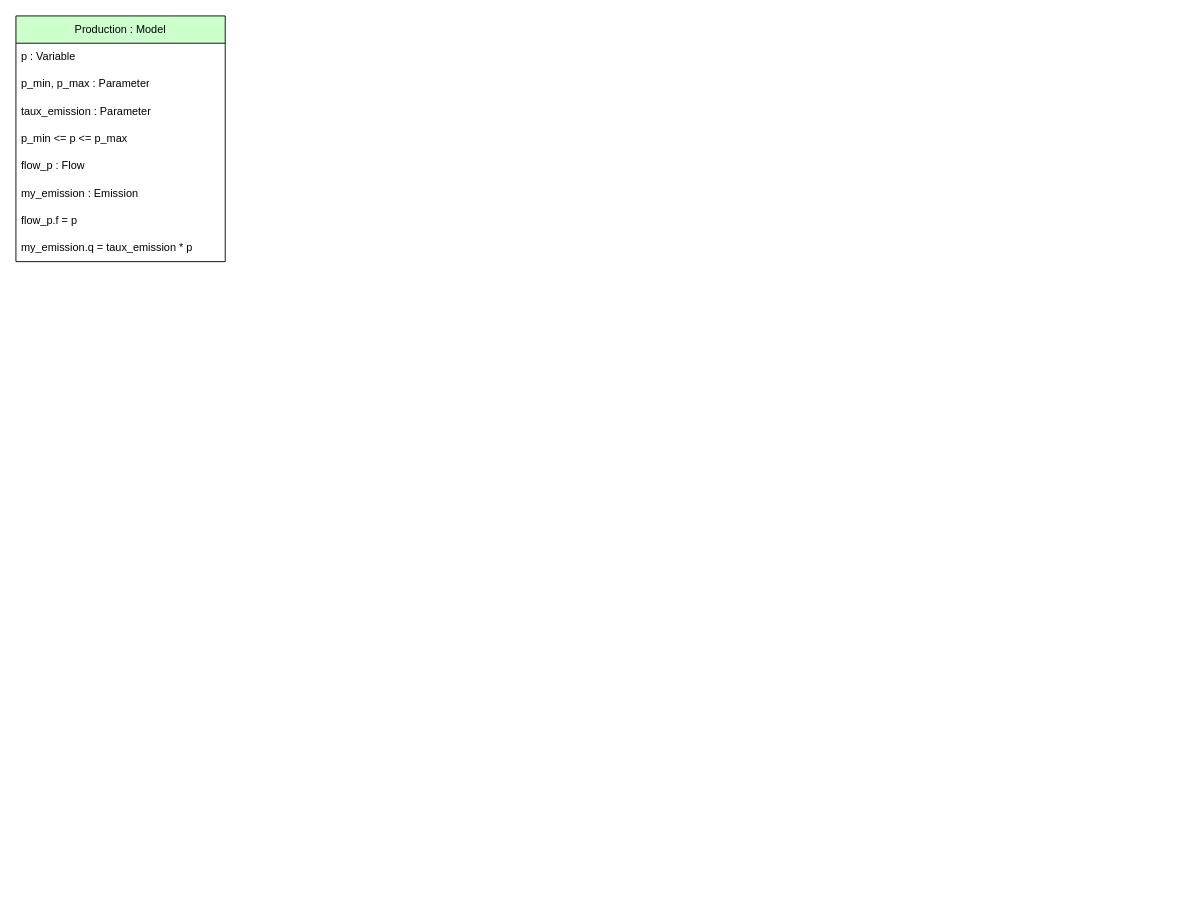
Above: models-design/model_library/production.drawio in AntaresSimulatorTeam/andromede-modeling-prototype (draw.io), before the change. Source tidied: cells renumbered, new cells numbered last; positions are measured from the earlier drawing's top-left corner, leaving out a move shared by most shapes. Both pictures are drawn from the tidied source at 91%, with x=0, y=0 at pixel (15, 15).
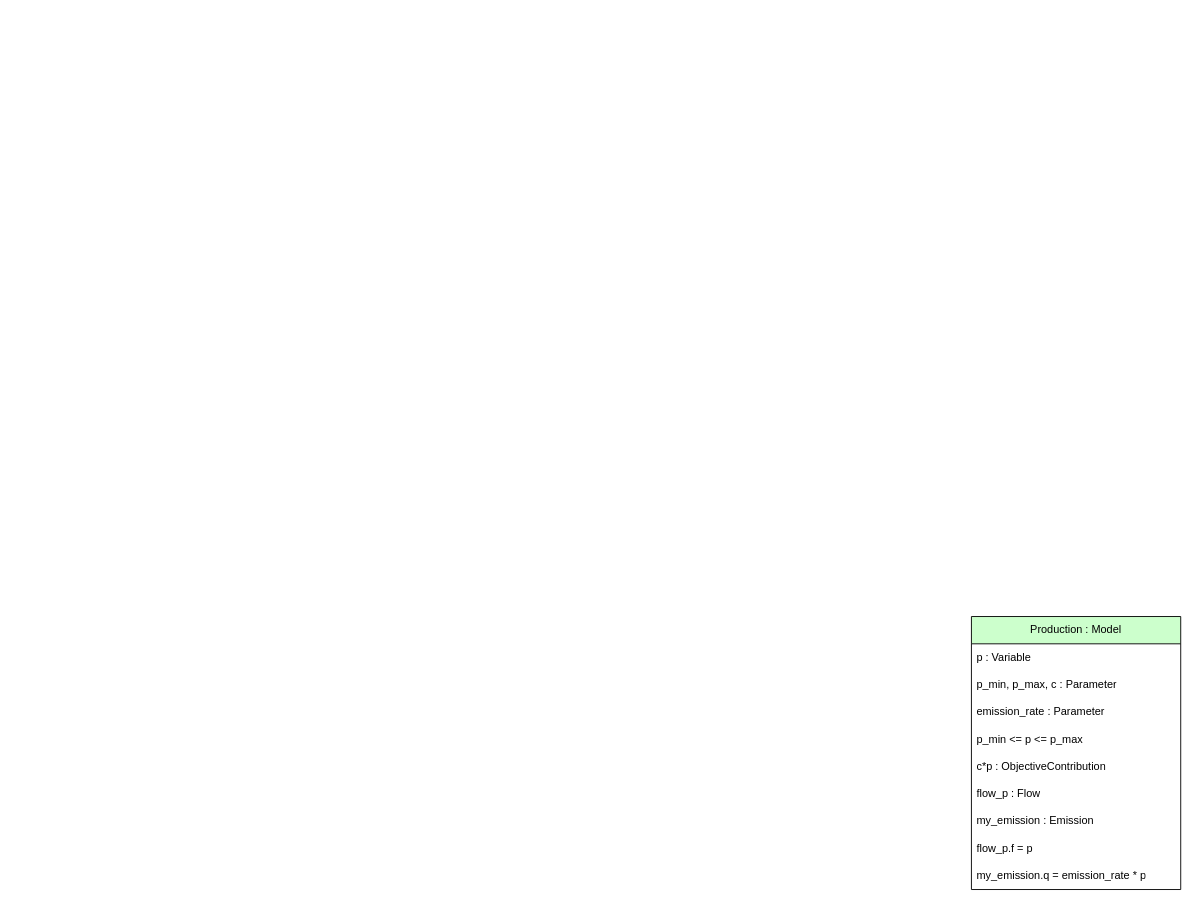
After the change.

What changed in the source:
```diff
@@
 <mxGraphModel>
   <root>
     <mxCell id="0" />
     <mxCell id="1" parent="0" />
-    <mxCell id="2" value="Production : Model" style="swimlane;fontStyle=0;horizontal=1;startSize=30;whiteSpace=wrap;html=1;fillColor=#CCFFCC;fontColor=#000000;" parent="1" vertex="1">
-      <mxGeometry width="230" height="270" as="geometry" />
-    </mxCell>
+    <mxCell id="10" value="Production : Model" style="swimlane;fontStyle=0;horizontal=1;startSize=30;whiteSpace=wrap;html=1;fillColor=#CCFFCC;fontColor=#000000;" parent="1" vertex="1">
+      <mxGeometry x="1050" y="660" width="230" height="300" as="geometry" />
+    </mxCell>
-    <mxCell id="3" value="p : Variable" style="text;strokeColor=none;fillColor=none;align=left;verticalAlign=middle;spacingLeft=4;spacingRight=4;overflow=hidden;whiteSpace=wrap;html=1;" parent="2" vertex="1">
+    <mxCell id="3" value="p : Variable" style="text;strokeColor=none;fillColor=none;align=left;verticalAlign=middle;spacingLeft=4;spacingRight=4;overflow=hidden;whiteSpace=wrap;html=1;" parent="10" vertex="1">
       <mxGeometry y="30" width="230" height="30" as="geometry" />
     </mxCell>
-    <mxCell id="4" value="p_min, p_max : Parameter" style="text;strokeColor=none;fillColor=none;align=left;verticalAlign=middle;spacingLeft=4;spacingRight=4;overflow=hidden;whiteSpace=wrap;html=1;" parent="2" vertex="1">
-      <mxGeometry y="60" width="230" height="30" as="geometry" />
-    </mxCell>
-    <mxCell id="5" value="taux_emission : Parameter" style="text;strokeColor=none;fillColor=none;align=left;verticalAlign=middle;spacingLeft=4;spacingRight=4;overflow=hidden;whiteSpace=wrap;html=1;" parent="2" vertex="1">
-      <mxGeometry y="90" width="230" height="30" as="geometry" />
-    </mxCell>
+    <mxCell id="11" value="p_min, p_max, c : Parameter" style="text;strokeColor=none;fillColor=none;align=left;verticalAlign=middle;spacingLeft=4;spacingRight=4;overflow=hidden;whiteSpace=wrap;html=1;" parent="10" vertex="1">
+      <mxGeometry y="60" width="230" height="30" as="geometry" />
+    </mxCell>
+    <mxCell id="12" value="emission_rate : Parameter" style="text;strokeColor=none;fillColor=none;align=left;verticalAlign=middle;spacingLeft=4;spacingRight=4;overflow=hidden;whiteSpace=wrap;html=1;" parent="10" vertex="1">
+      <mxGeometry y="90" width="230" height="30" as="geometry" />
+    </mxCell>
-    <mxCell id="6" value="p_min &amp;lt;= p &amp;lt;= p_max" style="text;strokeColor=none;fillColor=none;align=left;verticalAlign=middle;spacingLeft=4;spacingRight=4;overflow=hidden;whiteSpace=wrap;html=1;" parent="2" vertex="1">
+    <mxCell id="6" value="p_min &amp;lt;= p &amp;lt;= p_max" style="text;strokeColor=none;fillColor=none;align=left;verticalAlign=middle;spacingLeft=4;spacingRight=4;overflow=hidden;whiteSpace=wrap;html=1;" parent="10" vertex="1">
       <mxGeometry y="120" width="230" height="30" as="geometry" />
     </mxCell>
+    <mxCell id="13" value="c*p : ObjectiveContribution" style="text;strokeColor=none;fillColor=none;align=left;verticalAlign=middle;spacingLeft=4;spacingRight=4;overflow=hidden;whiteSpace=wrap;html=1;" parent="10" vertex="1">
+      <mxGeometry y="150" width="230" height="30" as="geometry" />
+    </mxCell>
-    <mxCell id="7" value="flow_p : Flow" style="text;strokeColor=none;fillColor=none;align=left;verticalAlign=middle;spacingLeft=4;spacingRight=4;overflow=hidden;whiteSpace=wrap;html=1;" parent="2" vertex="1">
-      <mxGeometry y="150" width="230" height="30" as="geometry" />
+    <mxCell id="7" value="flow_p : Flow" style="text;strokeColor=none;fillColor=none;align=left;verticalAlign=middle;spacingLeft=4;spacingRight=4;overflow=hidden;whiteSpace=wrap;html=1;" parent="10" vertex="1">
+      <mxGeometry y="180" width="230" height="30" as="geometry" />
     </mxCell>
-    <mxCell id="8" value="my_emission : Emission" style="text;strokeColor=none;fillColor=none;align=left;verticalAlign=middle;spacingLeft=4;spacingRight=4;overflow=hidden;whiteSpace=wrap;html=1;" parent="2" vertex="1">
-      <mxGeometry y="180" width="230" height="30" as="geometry" />
+    <mxCell id="8" value="my_emission : Emission" style="text;strokeColor=none;fillColor=none;align=left;verticalAlign=middle;spacingLeft=4;spacingRight=4;overflow=hidden;whiteSpace=wrap;html=1;" parent="10" vertex="1">
+      <mxGeometry y="210" width="230" height="30" as="geometry" />
     </mxCell>
-    <mxCell id="9" value="flow_p.f = p" style="text;strokeColor=none;fillColor=none;align=left;verticalAlign=middle;spacingLeft=4;spacingRight=4;overflow=hidden;whiteSpace=wrap;html=1;" parent="2" vertex="1">
-      <mxGeometry y="210" width="230" height="30" as="geometry" />
+    <mxCell id="9" value="flow_p.f = p" style="text;strokeColor=none;fillColor=none;align=left;verticalAlign=middle;spacingLeft=4;spacingRight=4;overflow=hidden;whiteSpace=wrap;html=1;" parent="10" vertex="1">
+      <mxGeometry y="240" width="230" height="30" as="geometry" />
     </mxCell>
-    <mxCell id="10" value="my_emission.q = taux_emission * p" style="text;strokeColor=none;fillColor=none;align=left;verticalAlign=middle;spacingLeft=4;spacingRight=4;overflow=hidden;whiteSpace=wrap;html=1;" parent="2" vertex="1">
-      <mxGeometry y="240" width="230" height="30" as="geometry" />
-    </mxCell>
+    <mxCell id="14" value="my_emission.q = emission_rate * p" style="text;strokeColor=none;fillColor=none;align=left;verticalAlign=middle;spacingLeft=4;spacingRight=4;overflow=hidden;whiteSpace=wrap;html=1;" parent="10" vertex="1">
+      <mxGeometry y="270" width="230" height="30" as="geometry" />
+    </mxCell>
   </root>
 </mxGraphModel>
```
